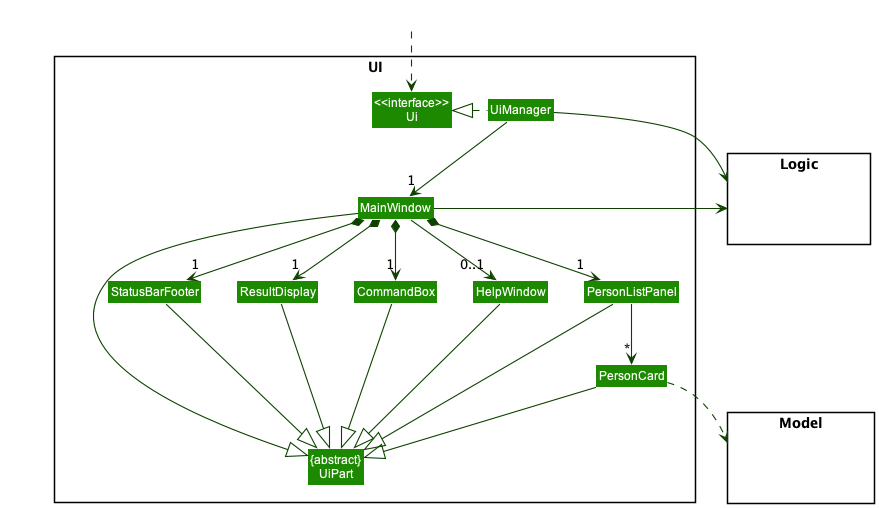
nus-cs2103-AY2223S1/tp keeps this PlantUML diagram as docs/images/UiClassDiagram.png. Above is the earlier version.
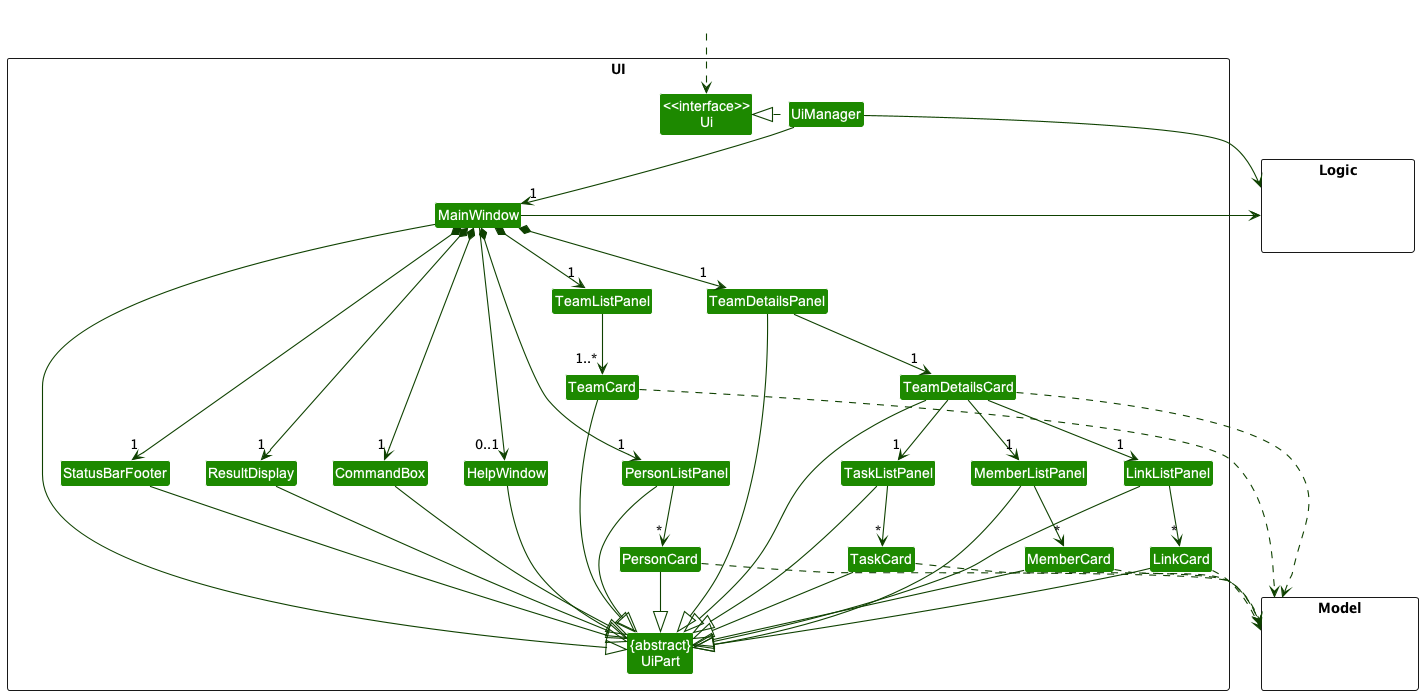
After the change.

Change to the diagram source:
```diff
@@ -15,6 +15,16 @@
 Class PersonCard
 Class StatusBarFooter
 Class CommandBox
+Class TeamListPanel
+Class TeamCard
+Class TeamDetailsPanel
+Class TeamDetailsCard
+Class TaskListPanel
+Class TaskCard
+Class MemberListPanel
+Class MemberCard
+Class LinkListPanel
+Class LinkCard
 }
 
 package Model <<Rectangle>> {
@@ -35,6 +45,8 @@
 MainWindow *-down-> "1" PersonListPanel
 MainWindow *-down-> "1" StatusBarFooter
 MainWindow --> "0..1" HelpWindow
+MainWindow *-down-> "1" TeamListPanel
+MainWindow *-down-> "1" TeamDetailsPanel
 
 PersonListPanel -down-> "*" PersonCard
 
@@ -46,6 +58,15 @@
 PersonCard --|> UiPart
 StatusBarFooter --|> UiPart
 HelpWindow --|> UiPart
+TeamDetailsCard -down-|> UiPart
+TeamCard --|> UiPart
+MemberCard --|> UiPart
+MemberListPanel --|> UiPart
+TaskCard --|> UiPart
+TaskListPanel --|> UiPart
+TeamDetailsPanel --|> UiPart
+LinkListPanel --|> UiPart
+LinkCard --|> UiPart
 
 PersonCard ..> Model
 UiManager -right-> Logic
@@ -56,5 +77,21 @@
 CommandBox -[hidden]left- ResultDisplay
 ResultDisplay -[hidden]left- StatusBarFooter
 
+TeamListPanel --> "1..*" TeamCard
+
+TeamDetailsPanel --> "1" TeamDetailsCard
+TeamDetailsCard --> "1" TaskListPanel
+TeamDetailsCard--> "1" MemberListPanel
+TaskListPanel --> "*" TaskCard
+MemberListPanel --> "*" MemberCard
+TeamDetailsCard --> "1" LinkListPanel
+LinkListPanel --> "*" LinkCard
+
+TeamCard ..> Model
+LinkCard ..> Model
+TeamDetailsCard ..> Model
+TaskCard ..> Model
+MemberCard ..> Model
+
 MainWindow -[hidden]-|> UiPart
 @enduml
```
